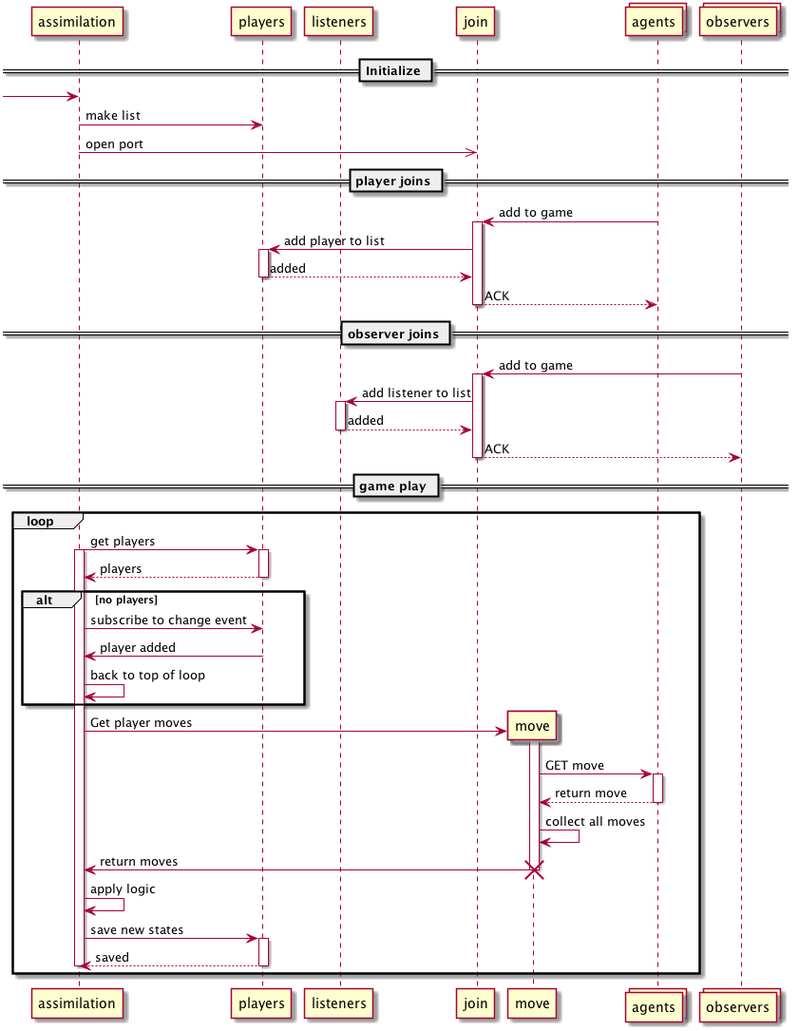
The PlantUML diagram docs/sequence.png in Raivias/assimilation, before a commit.
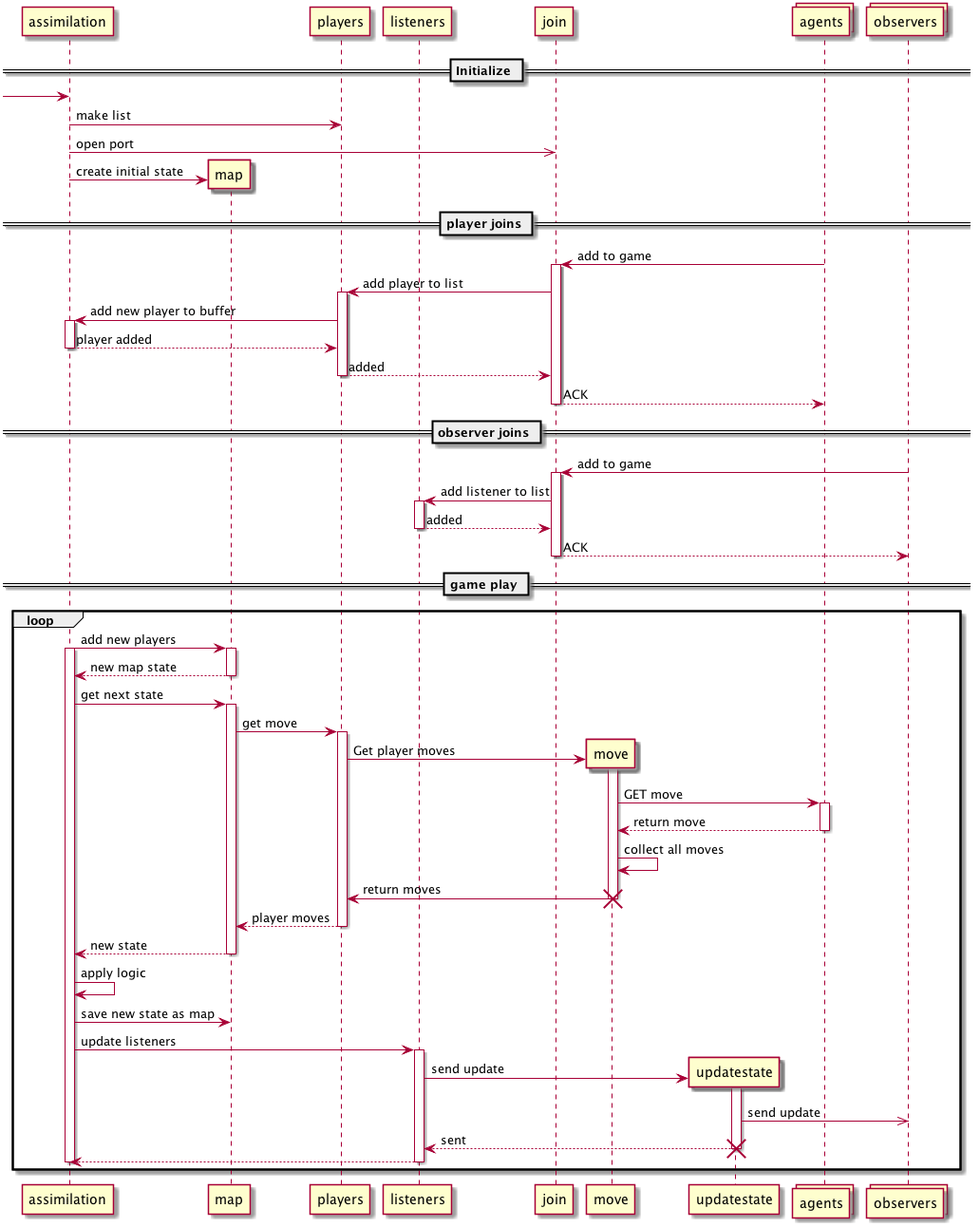
The same diagram one commit later.

Change to the diagram source:
```diff
@@ -1,9 +1,11 @@
 @startuml
 participant assimilation
+participant map
 participant players as pl
 participant listeners
 participant join
 participant move
+participant updatestate
 collections agents
 collections observers
 
@@ -11,12 +13,18 @@
 [-> assimilation
 assimilation -> pl : make list
 assimilation ->> join : open port
+create map
+assimilation -> map : create initial state
 
 == player joins ==
 agents -> join : add to game
 activate join
 join -> pl : add player to list
 activate pl
+pl -> assimilation : add new player to buffer
+activate assimilation
+assimilation --> pl : player added
+deactivate assimilation
 pl --> join : added
 deactivate pl
 join --> agents : ACK
@@ -34,32 +42,44 @@
 
 == game play ==
 loop
-  assimilation -> pl : get players
+  assimilation -> map : add new players
   activate assimilation
+  activate map
+  map --> assimilation : new map state
+  deactivate map
+
+  assimilation -> map : get next state
+  activate map
+  map -> pl : get move
   activate pl
-  pl --> assimilation : players
-  deactivate pl
-  alt no players
-    assimilation -> pl : subscribe to change event
-    pl -> assimilation : player added
-    assimilation -> assimilation : back to top of loop
-  end
-
   create move
-  assimilation -> move : Get player moves
+  pl -> move : Get player moves
   activate move
   move -> agents : GET move
   activate agents
   agents --> move : return move
   deactivate agents
   move -> move : collect all moves
-  move -> assimilation : return moves
+  move -> pl : return moves
   destroy move
+  pl --> map : player moves
+  deactivate pl
+  map --> assimilation : new state
+  deactivate map
+
   assimilation -> assimilation : apply logic
-  assimilation -> pl  : save new states
-  activate pl
-  pl --> assimilation : saved
-  deactivate pl
+  assimilation -> map : save new state as map
+
+  assimilation -> listeners : update listeners
+  activate listeners
+  create updatestate
+  listeners -> updatestate : send update
+  activate updatestate
+  updatestate ->> observers : send update
+  updatestate --> listeners : sent
+  destroy updatestate
+  listeners --> assimilation
+  deactivate listeners
   deactivate assimilation
 end
 
```
